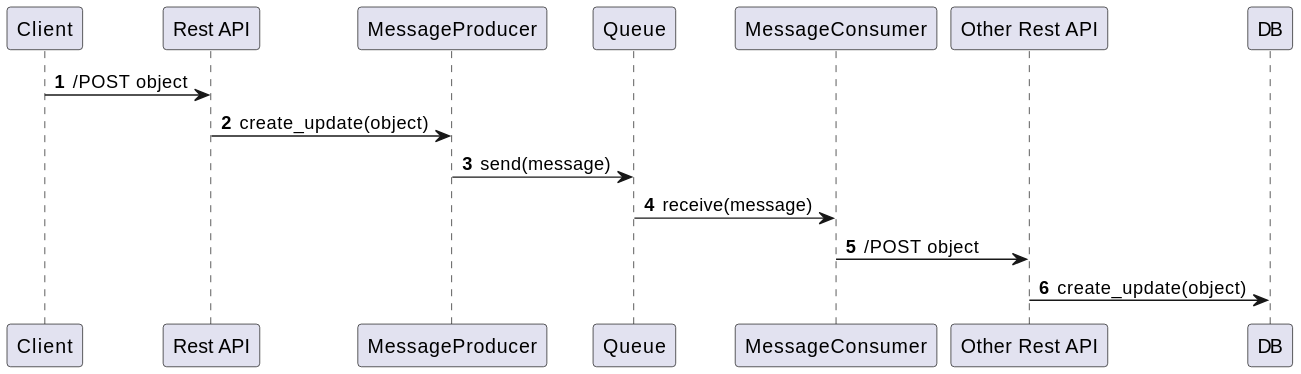
Before: doc/adr/img/PublisherSubscriberDiagram.svg, a diagram exported from PlantUML (adetola-adewodu/architecture-decision-records).
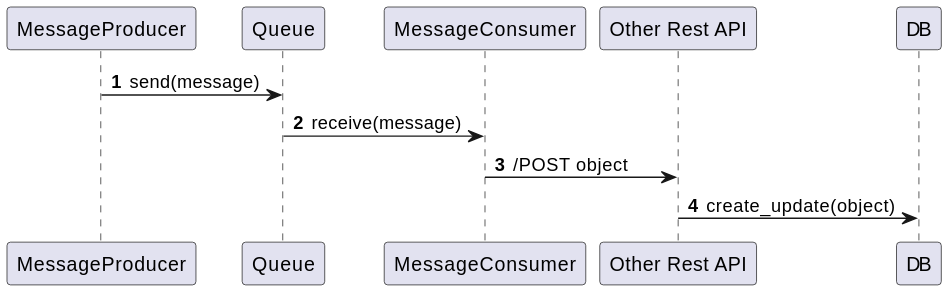
The same diagram one commit later.

What changed in the source:
```diff
@@ -1,8 +1,5 @@
 @startuml
 autonumber
-
-Client -> "Rest API": /POST object
-"Rest API" -> MessageProducer: create_update(object)
 MessageProducer -> Queue : send(message)
 Queue -> MessageConsumer : receive(message)
 MessageConsumer -> "Other Rest API": /POST object
```
